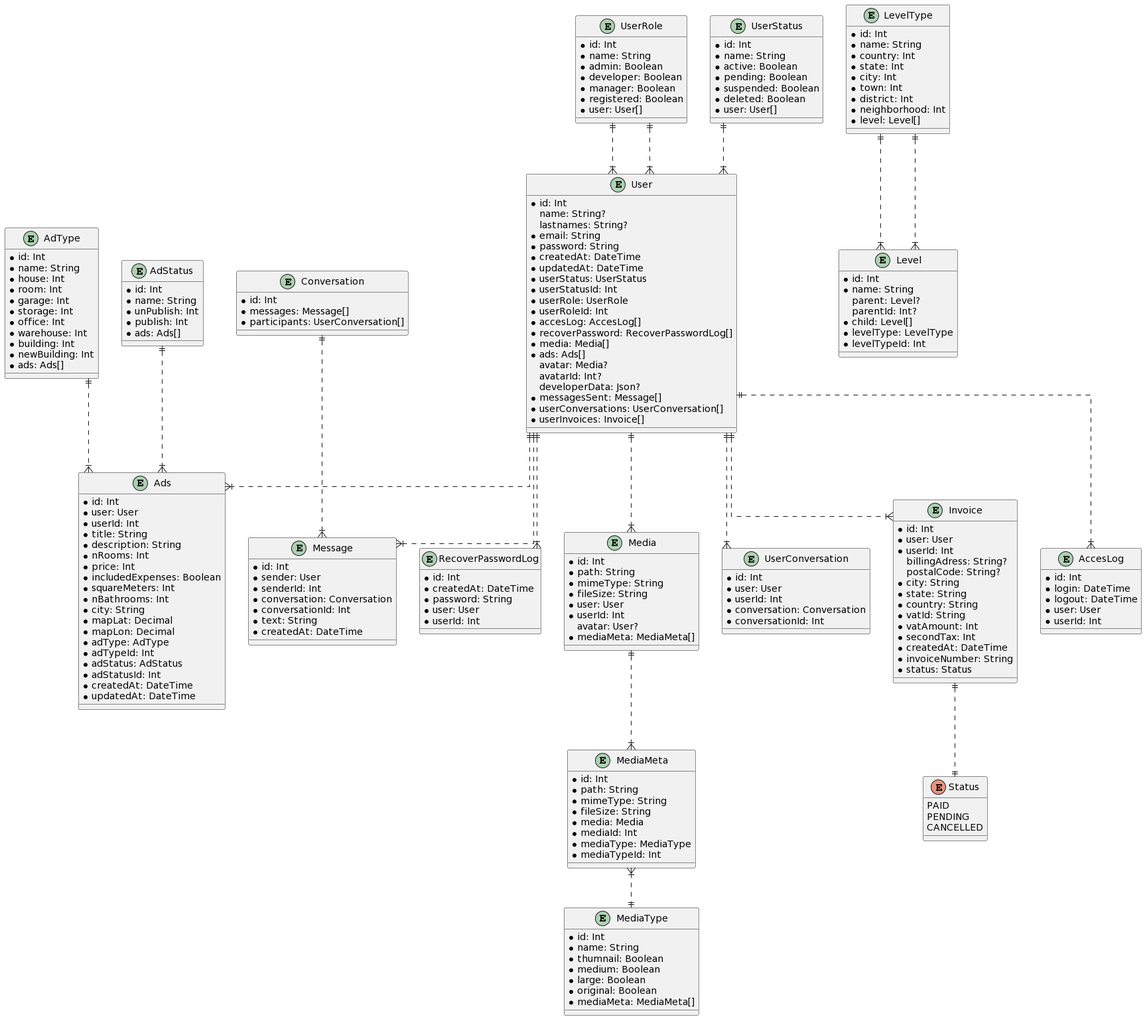
This is backend/db/schema-db.png from IT-Academy-BCN/ita-directory, a PlantUML export, as it was before one commit.
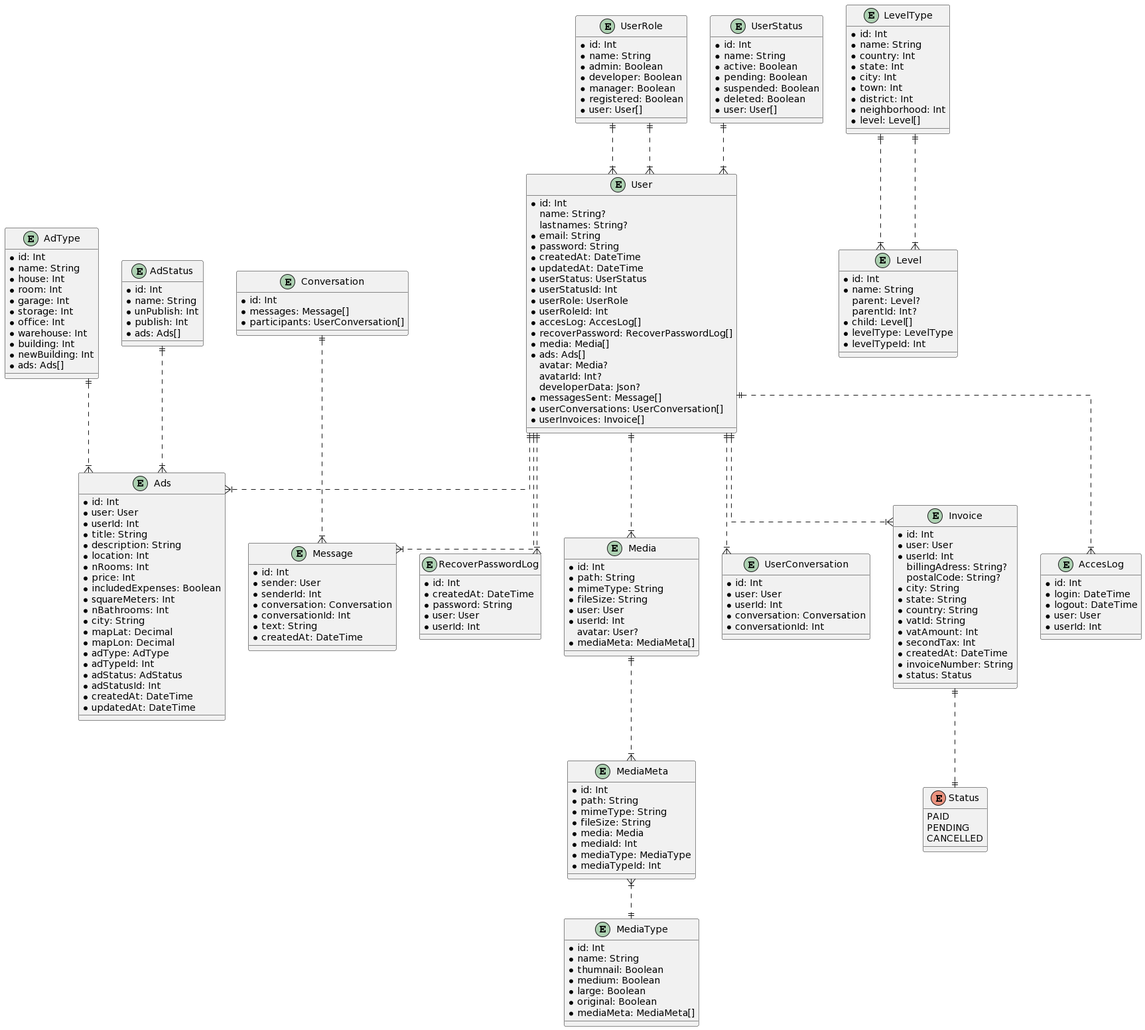
The same file after the commit.

Commit message:
Fixed invoice prisma schema

The edit, as a diff of the source:
```diff
@@ -149,6 +149,7 @@
   * userId: Int
   * title: String
   * description: String
+  * location: Int
   * nRooms: Int
   * price: Int
   * includedExpenses: Boolean
```
